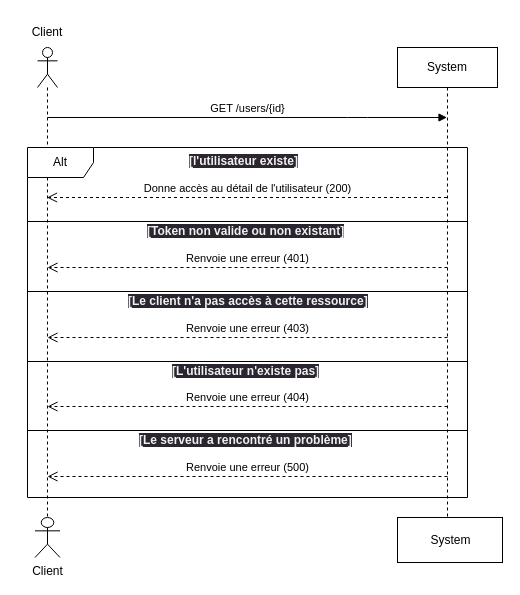
The draw.io diagram public/UML/sd_GET_utilisateur.drawio in Tony-marques/P7_bilemo, before the edit. Source tidied: cells renumbered, new cells numbered last; positions are measured from the earlier drawing's top-left corner, leaving out a move shared by most shapes. Both pictures are drawn from the tidied source at 100%, with x=0, y=0 at pixel (17, 17).
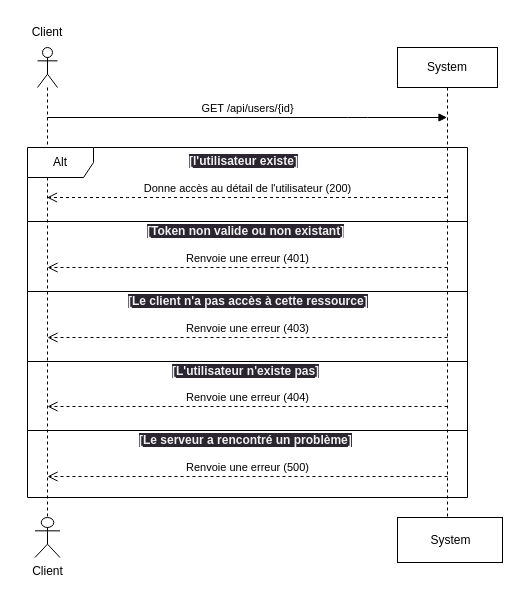
Above is the later version.

Unchanged cells that the change refers to:
```xml
<mxCell id="2" value="System" style="shape=umlLifeline;perimeter=lifelinePerimeter;whiteSpace=wrap;html=1;" parent="1" vertex="1">
  <mxGeometry x="380" y="30" width="100" height="470" as="geometry" />
</mxCell>
```

Change to the diagram source:
```diff
@@
-    <mxCell id="3" value="GET /users/{id}" style="html=1;verticalAlign=bottom;endArrow=block;" parent="2" edge="1">
+    <mxCell id="3" value="GET /api/users/{id}" style="html=1;verticalAlign=bottom;endArrow=block;" parent="2" edge="1">
       <mxGeometry relative="1" as="geometry">
         <mxPoint x="-350.3" y="70" as="sourcePoint" />
         <mxPoint x="49.5" y="70" as="targetPoint" />
         <Array as="points">
           <mxPoint x="-40" y="70" />
         </Array>
       </mxGeometry>
     </mxCell>
```
